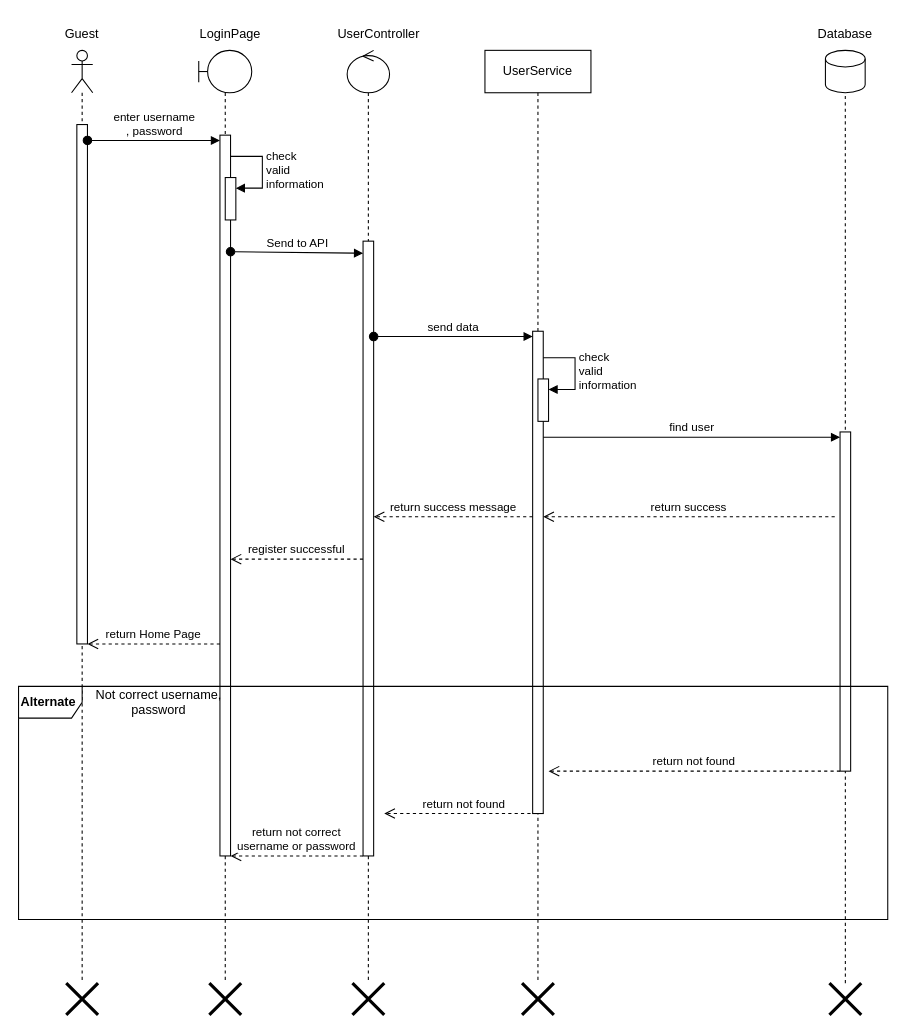
This is WatchStoreDocs/UseCase/2. User/UC004-Login/UC004_sequence.drawio from HuYssss/WatchStore, a draw.io file, before an edit. Source tidied: cells renumbered, new cells numbered last; positions are measured from the earlier drawing's top-left corner, leaving out a move shared by most shapes. Both pictures are drawn from the tidied source at 106%, with x=0, y=0 at pixel (18, 18).
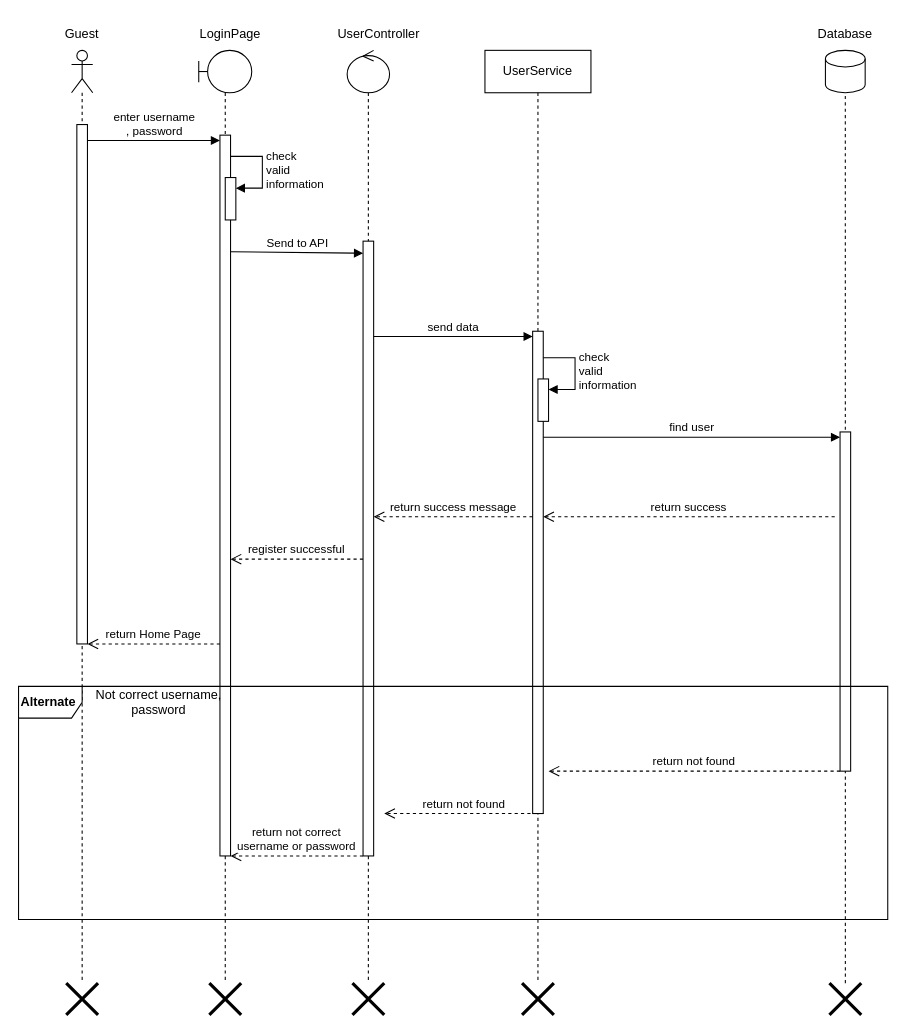
The same page after the edit.

The change refers to these unchanged cells:
```xml
<mxCell id="3" style="html=1;points=[[0,0,0,0,5],[0,1,0,0,-5],[1,0,0,0,5],[1,1,0,0,-5]];perimeter=orthogonalPerimeter;outlineConnect=0;targetShapes=umlLifeline;portConstraint=eastwest;newEdgeStyle={&quot;curved&quot;:0,&quot;rounded&quot;:0};" parent="2" vertex="1">
  <mxGeometry x="5" y="70" width="10" height="490" as="geometry" />
</mxCell>
<mxCell id="6" style="html=1;points=[[0,0,0,0,5],[0,1,0,0,-5],[1,0,0,0,5],[1,1,0,0,-5]];perimeter=orthogonalPerimeter;outlineConnect=0;targetShapes=umlLifeline;portConstraint=eastwest;newEdgeStyle={&quot;curved&quot;:0,&quot;rounded&quot;:0};" parent="5" vertex="1">
  <mxGeometry x="20" y="80" width="10" height="680" as="geometry" />
</mxCell>
<mxCell id="13" style="html=1;points=[[0,0,0,0,5],[0,1,0,0,-5],[1,0,0,0,5],[1,1,0,0,-5]];perimeter=orthogonalPerimeter;outlineConnect=0;targetShapes=umlLifeline;portConstraint=eastwest;newEdgeStyle={&quot;curved&quot;:0,&quot;rounded&quot;:0};" parent="12" vertex="1">
  <mxGeometry x="15" y="180" width="10" height="580" as="geometry" />
</mxCell>
<mxCell id="16" style="html=1;points=[[0,0,0,0,5],[0,1,0,0,-5],[1,0,0,0,5],[1,1,0,0,-5]];perimeter=orthogonalPerimeter;outlineConnect=0;targetShapes=umlLifeline;portConstraint=eastwest;newEdgeStyle={&quot;curved&quot;:0,&quot;rounded&quot;:0};" parent="15" vertex="1">
  <mxGeometry x="45" y="265" width="10" height="455" as="geometry" />
</mxCell>
```

The edit, as a diff of the source:
```diff
@@
-<mxGraphModel>
+<mxGraphModel background="#ffffff">
@@
-    <mxCell id="10" value="enter username&lt;br&gt;, password" style="html=1;verticalAlign=bottom;startArrow=oval;endArrow=block;startSize=8;curved=0;rounded=0;entryX=0;entryY=0;entryDx=0;entryDy=5;" parent="1" edge="1" source="3" target="6">
+    <mxCell id="10" value="enter username&lt;br&gt;, password" style="html=1;verticalAlign=bottom;startArrow=none;endArrow=block;startSize=8;curved=0;rounded=0;entryX=0;entryY=0;entryDx=0;entryDy=5;startFill=0;" parent="1" edge="1" source="3" target="6">
       <mxGeometry relative="1" as="geometry" />
     </mxCell>
-    <mxCell id="11" value="Send to API" style="html=1;verticalAlign=bottom;startArrow=oval;endArrow=block;startSize=8;curved=0;rounded=0;entryX=0;entryY=0.063;entryDx=0;entryDy=0;entryPerimeter=0;" parent="1" edge="1">
+    <mxCell id="11" value="Send to API" style="html=1;verticalAlign=bottom;startArrow=none;endArrow=block;startSize=8;curved=0;rounded=0;entryX=0;entryY=0.063;entryDx=0;entryDy=0;entryPerimeter=0;startFill=0;" parent="1" edge="1">
       <mxGeometry relative="1" as="geometry">
         <mxPoint x="200" y="220" as="sourcePoint" />
         <mxPoint x="325" y="221.4" as="targetPoint" />
       </mxGeometry>
     </mxCell>
@@
-    <mxCell id="19" value="send data" style="html=1;verticalAlign=bottom;startArrow=oval;endArrow=block;startSize=8;curved=0;rounded=0;entryX=0;entryY=0;entryDx=0;entryDy=5;" parent="1" edge="1" source="13" target="16">
+    <mxCell id="19" value="send data" style="html=1;verticalAlign=bottom;startArrow=none;endArrow=block;startSize=8;curved=0;rounded=0;entryX=0;entryY=0;entryDx=0;entryDy=5;startFill=0;" parent="1" edge="1" source="13" target="16">
       <mxGeometry relative="1" as="geometry" />
     </mxCell>
```
